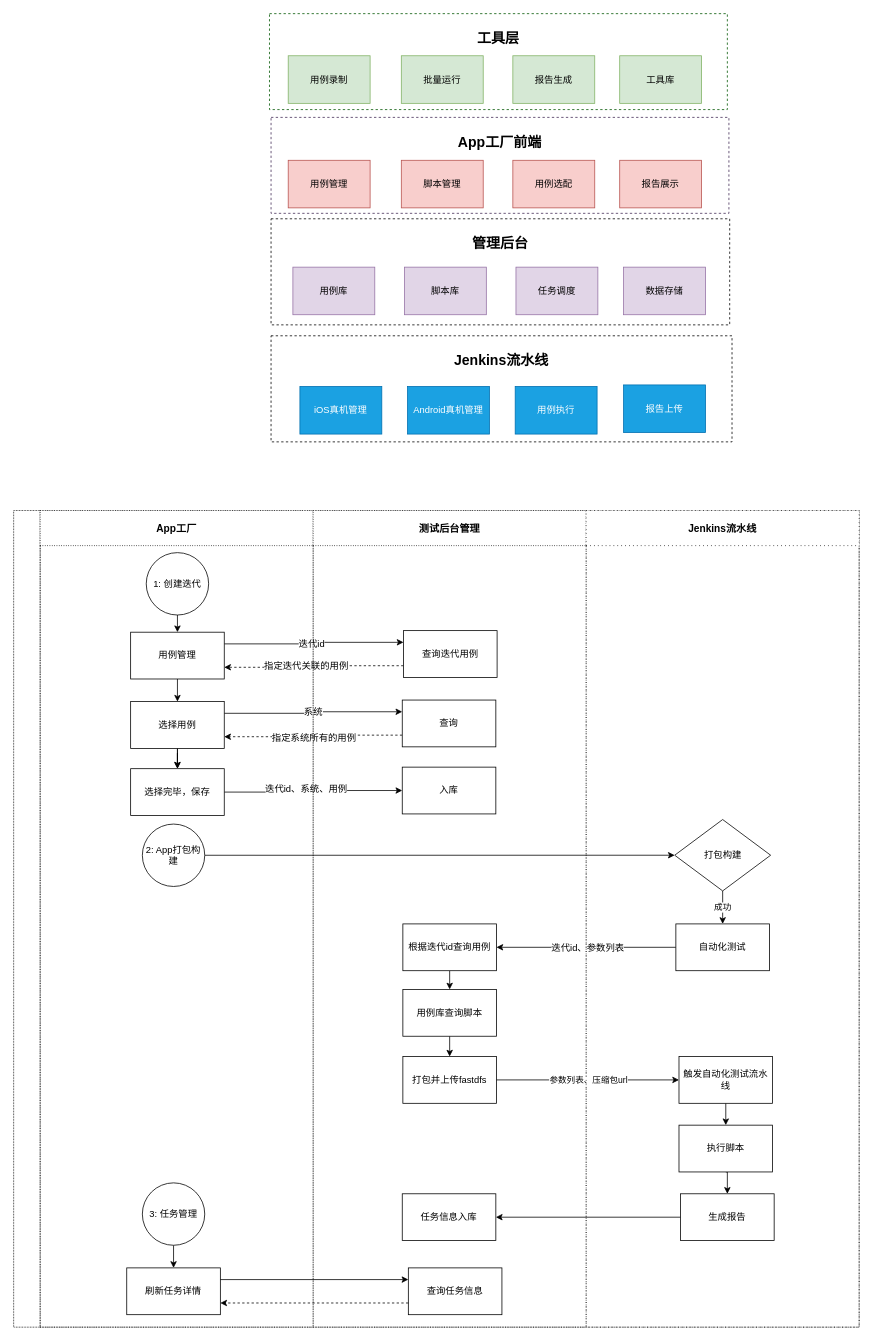
MrDreamCatcher/jisaw keeps this draw.io diagram as 移动测试平台.drawio. Above is the earlier version. Source tidied: cells renumbered, new cells numbered last; positions are measured from the earlier drawing's top-left corner, leaving out a move shared by most shapes. Both pictures are drawn from the tidied source at 78%, with x=0, y=0 at pixel (13, 13).
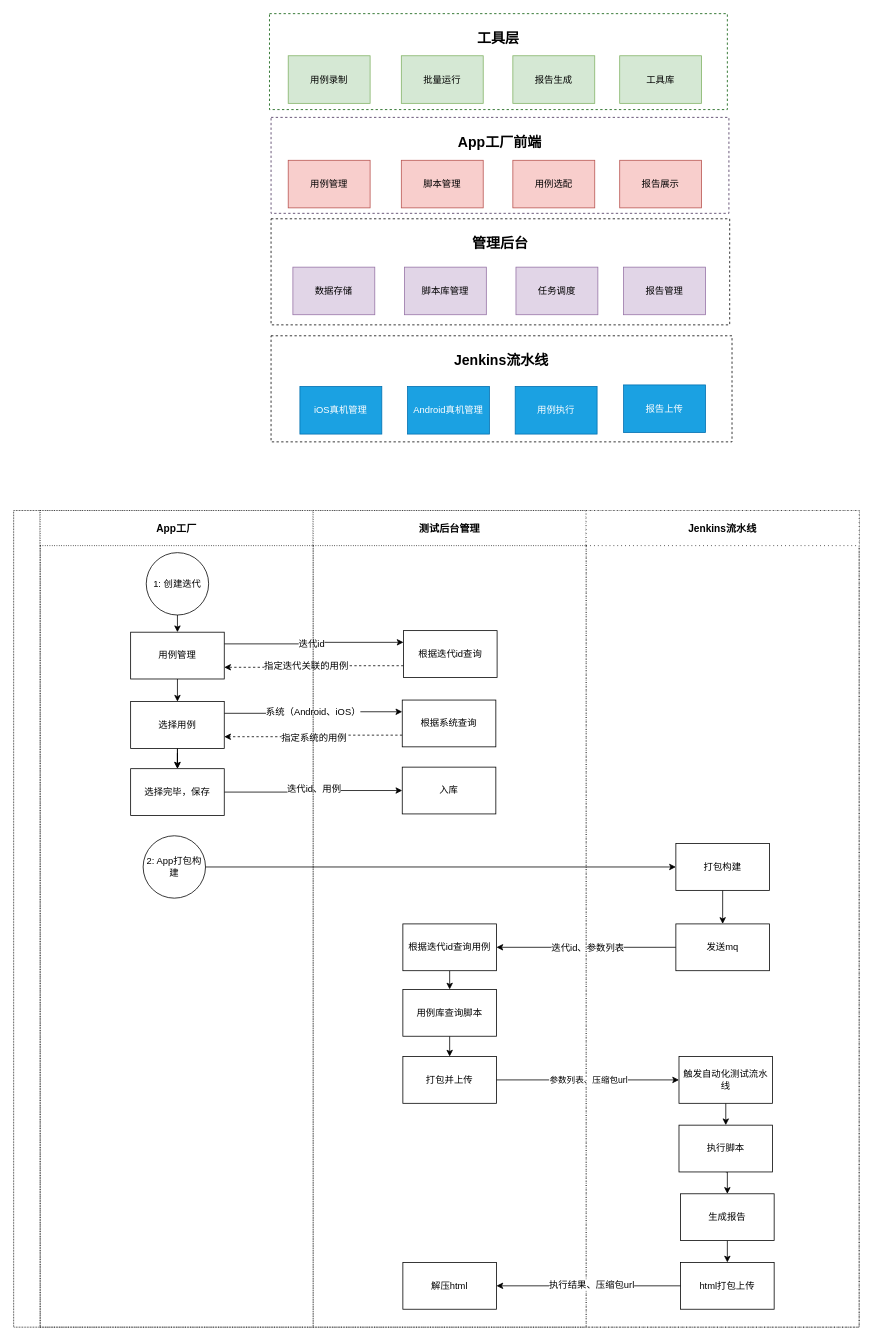
After the change.

Commit message:
更新移动测试平台.drawio

The change refers to these unchanged cells:
```xml
<mxCell id="22" style="swimlane;startSize=34;horizontal=0;fontSize=15;dashed=1;dashPattern=1 1;" parent="1" vertex="1">
  <mxGeometry y="637" width="1084" height="1047" as="geometry" />
</mxCell>
<mxCell id="27" style="edgeStyle=orthogonalEdgeStyle;rounded=0;jettySize=auto;html=1;exitX=1;exitY=0.25;exitDx=0;exitDy=0;entryX=0;entryY=0.25;entryDx=0;entryDy=0;" parent="22" edge="1" source="43" target="51">
  <mxGeometry relative="1" as="geometry" />
</mxCell>
<mxCell id="29" style="edgeStyle=orthogonalEdgeStyle;rounded=0;jettySize=auto;html=1;exitX=0;exitY=0.75;exitDx=0;exitDy=0;entryX=1;entryY=0.75;entryDx=0;entryDy=0;dashed=1;" parent="22" edge="1" source="51" target="43">
  <mxGeometry relative="1" as="geometry" />
</mxCell>
<mxCell id="31" style="edgeStyle=orthogonalEdgeStyle;rounded=0;jettySize=auto;html=1;exitX=1;exitY=0.5;exitDx=0;exitDy=0;entryX=0;entryY=0.5;entryDx=0;entryDy=0;" parent="22" edge="1" source="44" target="52">
  <mxGeometry relative="1" as="geometry" />
</mxCell>
<mxCell id="36" value="App工厂" style="swimlane;startSize=45;fontSize=13;dashed=1;dashPattern=1 2;" parent="22" vertex="1">
  <mxGeometry x="34" width="350" height="1047" as="geometry" />
</mxCell>
<mxCell id="49" value="测试后台管理" style="swimlane;startSize=45;fontSize=13;dashed=1;dashPattern=1 2;" parent="22" vertex="1">
  <mxGeometry x="384" width="350" height="1047" as="geometry" />
</mxCell>
<mxCell id="65" value="Jenkins流水线" style="swimlane;startSize=45;fontSize=13;dashed=1;dashPattern=1 4;" parent="22" vertex="1">
  <mxGeometry x="734" width="350" height="1047" as="geometry" />
</mxCell>
<mxCell id="73" value="生成报告" style="whiteSpace=wrap;html=1;" parent="65" vertex="1">
  <mxGeometry x="121" y="876" width="120" height="60" as="geometry" />
</mxCell>
```

What changed in the source:
```diff
@@
-    <mxCell id="4" value="用例库" style="rounded=0;whiteSpace=wrap;html=1;fillColor=#e1d5e7;strokeColor=#9673a6;" parent="1" vertex="1">
+    <mxCell id="4" value="数据存储" style="rounded=0;whiteSpace=wrap;html=1;fillColor=#e1d5e7;strokeColor=#9673a6;" parent="1" vertex="1">
       <mxGeometry x="358" y="325" width="105" height="61" as="geometry" />
     </mxCell>
-    <mxCell id="5" value="脚本库" style="rounded=0;whiteSpace=wrap;html=1;fillColor=#e1d5e7;strokeColor=#9673a6;" parent="1" vertex="1">
+    <mxCell id="5" value="脚本库管理" style="rounded=0;whiteSpace=wrap;html=1;fillColor=#e1d5e7;strokeColor=#9673a6;" parent="1" vertex="1">
       <mxGeometry x="501" y="325" width="105" height="61" as="geometry" />
     </mxCell>
@@
-    <mxCell id="7" value="数据存储" style="rounded=0;whiteSpace=wrap;html=1;fillColor=#e1d5e7;strokeColor=#9673a6;" parent="1" vertex="1">
+    <mxCell id="7" value="报告管理" style="rounded=0;whiteSpace=wrap;html=1;fillColor=#e1d5e7;strokeColor=#9673a6;" parent="1" vertex="1">
       <mxGeometry x="782" y="325" width="105" height="61" as="geometry" />
     </mxCell>
@@
-    <mxCell id="28" value="系统" style="edgeLabel;html=1;align=center;verticalAlign=middle;fontSize=12;" parent="27" vertex="1">
+    <mxCell id="28" value="系统（Android、iOS）" style="edgeLabel;html=1;align=center;verticalAlign=middle;fontSize=12;" parent="27" vertex="1">
       <mxGeometry x="-0.04" y="1" relative="1" as="geometry">
         <mxPoint x="3" y="-1" as="offset" />
       </mxGeometry>
     </mxCell>
@@
-    <mxCell id="30" value="指定系统所有的用例" style="edgeLabel;html=1;align=center;verticalAlign=middle;fontSize=12;" parent="29" vertex="1">
+    <mxCell id="30" value="指定系统的用例" style="edgeLabel;html=1;align=center;verticalAlign=middle;fontSize=12;" parent="29" vertex="1">
       <mxGeometry x="0.04" y="-1" relative="1" as="geometry">
         <mxPoint x="4" y="2" as="offset" />
       </mxGeometry>
     </mxCell>
@@
-    <mxCell id="32" value="迭代id、系统、用例" style="edgeLabel;html=1;align=center;verticalAlign=middle;fontSize=12;" parent="31" vertex="1">
+    <mxCell id="32" value="迭代id、用例" style="edgeLabel;html=1;align=center;verticalAlign=middle;fontSize=12;" parent="31" vertex="1">
       <mxGeometry x="0.08" y="4" relative="1" as="geometry">
-        <mxPoint x="-18" y="2" as="offset" />
+        <mxPoint x="-8" y="2" as="offset" />
       </mxGeometry>
     </mxCell>
@@
     <mxCell id="45" value="2: App打包构建" style="ellipse;whiteSpace=wrap;html=1;" parent="36" vertex="1">
-      <mxGeometry x="131" y="402" width="80" height="80" as="geometry" />
+      <mxGeometry x="132" y="417" width="80" height="80" as="geometry" />
     </mxCell>
-    <mxCell id="46" style="edgeStyle=orthogonalEdgeStyle;rounded=0;jettySize=auto;html=1;exitX=0.5;exitY=1;exitDx=0;exitDy=0;entryX=0.5;entryY=0;entryDx=0;entryDy=0;" parent="36" edge="1" source="47" target="48">
-      <mxGeometry relative="1" as="geometry" />
-    </mxCell>
-    <mxCell id="47" value="3: 任务管理" style="ellipse;whiteSpace=wrap;html=1;" parent="36" vertex="1">
-      <mxGeometry x="131" y="862" width="80" height="80" as="geometry" />
-    </mxCell>
-    <mxCell id="48" value="刷新任务详情" style="whiteSpace=wrap;html=1;" parent="36" vertex="1">
-      <mxGeometry x="111" y="971" width="120" height="60" as="geometry" />
-    </mxCell>
@@
-    <mxCell id="50" value="查询迭代用例" style="whiteSpace=wrap;html=1;" parent="49" vertex="1">
+    <mxCell id="50" value="根据迭代id查询" style="whiteSpace=wrap;html=1;" parent="49" vertex="1">
       <mxGeometry x="115.8" y="154" width="120" height="60" as="geometry" />
     </mxCell>
-    <mxCell id="51" value="查询" style="whiteSpace=wrap;html=1;" parent="49" vertex="1">
+    <mxCell id="51" value="根据系统查询" style="whiteSpace=wrap;html=1;" parent="49" vertex="1">
       <mxGeometry x="114.2" y="243" width="120" height="60" as="geometry" />
     </mxCell>
@@
-    <mxCell id="57" value="打包并上传fastdfs" style="whiteSpace=wrap;html=1;" parent="49" vertex="1">
+    <mxCell id="57" value="打包并上传" style="whiteSpace=wrap;html=1;" parent="49" vertex="1">
       <mxGeometry x="115" y="700" width="120" height="60" as="geometry" />
     </mxCell>
-    <mxCell id="58" value="任务信息入库" style="whiteSpace=wrap;html=1;" parent="49" vertex="1">
-      <mxGeometry x="114.2" y="876" width="120" height="60" as="geometry" />
+    <mxCell id="58" value="解压html" style="whiteSpace=wrap;html=1;" parent="49" vertex="1">
+      <mxGeometry x="115" y="964" width="120" height="60" as="geometry" />
     </mxCell>
-    <mxCell id="59" value="查询任务信息" style="whiteSpace=wrap;html=1;" parent="49" vertex="1">
-      <mxGeometry x="122" y="971" width="120" height="60" as="geometry" />
-    </mxCell>
-    <mxCell id="60" style="edgeStyle=orthogonalEdgeStyle;rounded=0;jettySize=auto;html=1;exitX=0;exitY=0.5;exitDx=0;exitDy=0;entryX=1;entryY=0.5;entryDx=0;entryDy=0;" parent="22" edge="1" source="73" target="58">
-      <mxGeometry relative="1" as="geometry" />
-    </mxCell>
-    <mxCell id="61" style="edgeStyle=orthogonalEdgeStyle;rounded=0;jettySize=auto;html=1;exitX=1;exitY=0.25;exitDx=0;exitDy=0;entryX=0;entryY=0.25;entryDx=0;entryDy=0;" parent="22" edge="1" source="48" target="59">
-      <mxGeometry relative="1" as="geometry" />
-    </mxCell>
-    <mxCell id="62" style="edgeStyle=orthogonalEdgeStyle;rounded=0;jettySize=auto;html=1;exitX=0;exitY=0.75;exitDx=0;exitDy=0;entryX=1;entryY=0.75;entryDx=0;entryDy=0;dashed=1;" parent="22" edge="1" source="59" target="48">
-      <mxGeometry relative="1" as="geometry" />
-    </mxCell>
@@
-    <mxCell id="66" value="成功" style="edgeStyle=orthogonalEdgeStyle;rounded=0;jettySize=auto;html=1;exitX=0.5;exitY=1;exitDx=0;exitDy=0;entryX=0.5;entryY=0;entryDx=0;entryDy=0;" parent="65" edge="1" source="67" target="68">
-      <mxGeometry relative="1" as="geometry" />
-    </mxCell>
-    <mxCell id="67" value="打包构建" style="rhombus;whiteSpace=wrap;html=1;" parent="65" vertex="1">
-      <mxGeometry x="113.5" y="396.2" width="123" height="91.5" as="geometry" />
-    </mxCell>
-    <mxCell id="68" value="自动化测试" style="whiteSpace=wrap;html=1;" parent="65" vertex="1">
+    <mxCell id="68" value="发送mq" style="whiteSpace=wrap;html=1;" parent="65" vertex="1">
       <mxGeometry x="115" y="530" width="120" height="60" as="geometry" />
     </mxCell>
@@
+    <mxCell id="74" style="edgeStyle=orthogonalEdgeStyle;rounded=0;jettySize=auto;html=1;exitX=0.5;exitY=1;exitDx=0;exitDy=0;entryX=0.5;entryY=0;entryDx=0;entryDy=0;" parent="65" edge="1" source="73" target="75">
+      <mxGeometry relative="1" as="geometry" />
+    </mxCell>
@@
+    <mxCell id="75" value="html打包上传" style="whiteSpace=wrap;html=1;" parent="65" vertex="1">
+      <mxGeometry x="121" y="964" width="120" height="60" as="geometry" />
+    </mxCell>
+    <mxCell id="66" style="edgeStyle=orthogonalEdgeStyle;rounded=0;jettySize=auto;html=1;exitX=0.5;exitY=1;exitDx=0;exitDy=0;entryX=0.5;entryY=0;entryDx=0;entryDy=0;" parent="65" edge="1" source="67" target="68">
+      <mxGeometry relative="1" as="geometry" />
+    </mxCell>
+    <mxCell id="67" value="打包构建" style="whiteSpace=wrap;html=1;" parent="65" vertex="1">
+      <mxGeometry x="115" y="427" width="120" height="60" as="geometry" />
+    </mxCell>
+    <mxCell id="76" style="edgeStyle=orthogonalEdgeStyle;rounded=0;jettySize=auto;html=1;exitX=0;exitY=0.5;exitDx=0;exitDy=0;entryX=1;entryY=0.5;entryDx=0;entryDy=0;" parent="22" edge="1" source="75" target="58">
+      <mxGeometry relative="1" as="geometry" />
+    </mxCell>
+    <mxCell id="77" value="执行结果、压缩包url" style="edgeLabel;html=1;align=center;verticalAlign=middle;fontSize=12;" parent="76" vertex="1">
+      <mxGeometry x="0.16" y="-2" relative="1" as="geometry">
+        <mxPoint x="22" as="offset" />
+      </mxGeometry>
+    </mxCell>
```
